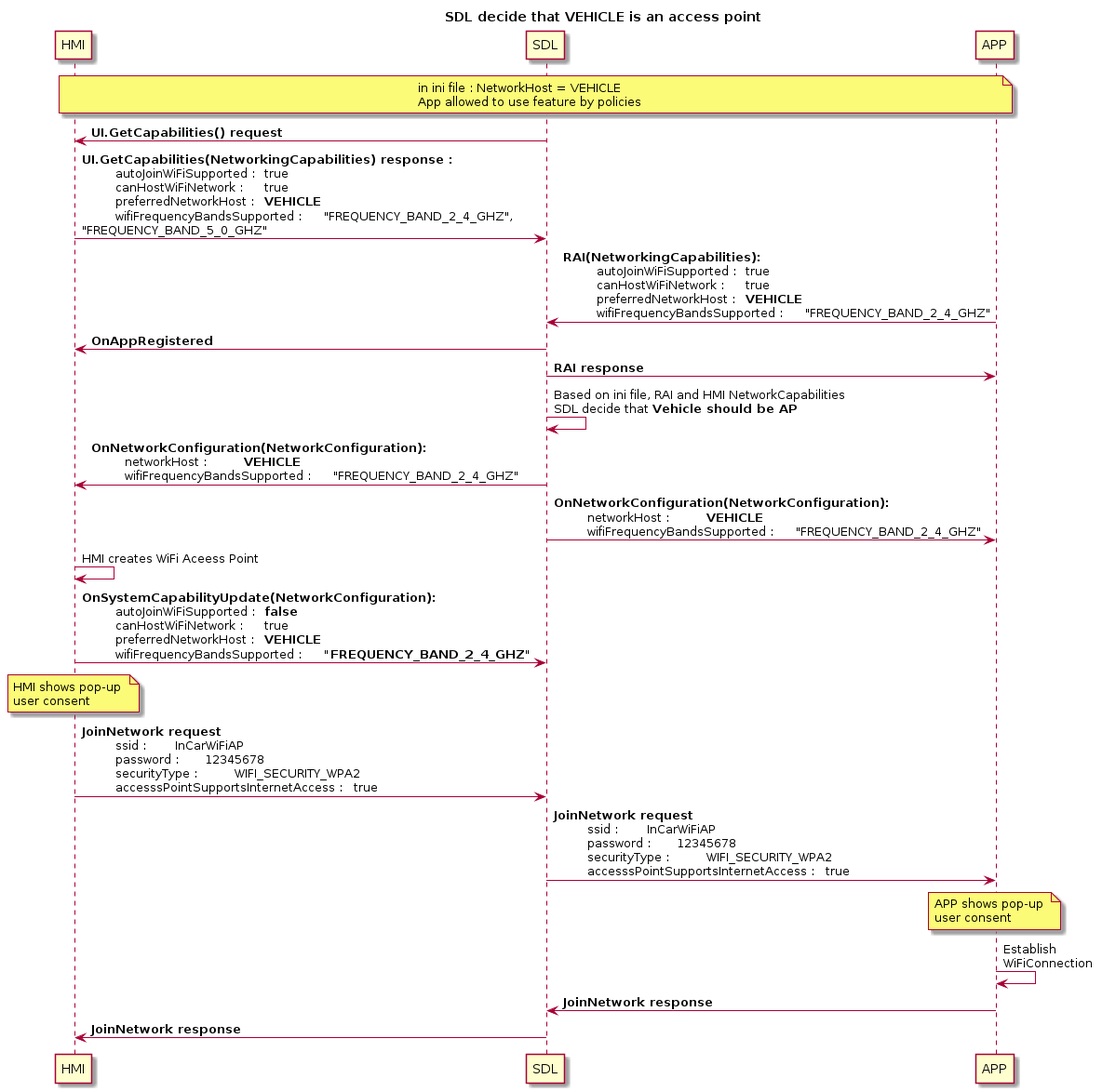
smartdevicelink/sdl_evolution keeps this PlantUML diagram as assets/proposals/0245-sharing-wifi-ssid-and-password/vehicle_access_point.png. Above is the earlier version. Source of this version:
```plantuml
@startuml
!pragma teoz true


title SDL decide that VEHICLE is an access point

participant HMI
participant SDL
participant APP

note over HMI, APP: in ini file : NetworkHost = VEHICLE \nApp allowed to use feature by policies

SDL -> HMI : <b>UI.GetCapabilities() request
HMI -> SDL : <b>UI.GetCapabilities(NetworkingCapabilities) response : \n\t autoJoinWiFiSupported : \t true \n\t canHostWiFiNetwork : \t true \n\t preferredNetworkHost : \t **VEHICLE** \n\t wifiFrequencyBandsSupported : \t "FREQUENCY_BAND_2_4_GHZ",\n"FREQUENCY_BAND_5_0_GHZ"


APP -> SDL : <b>RAI(NetworkingCapabilities): \n\t autoJoinWiFiSupported : \t true \n\t canHostWiFiNetwork : \t true \n\t preferredNetworkHost : \t **VEHICLE** \n\t wifiFrequencyBandsSupported : \t "FREQUENCY_BAND_2_4_GHZ"

SDL -> HMI : <b>OnAppRegistered
SDL -> APP : <b>RAI response

SDL -> SDL : Based on ini file, RAI and HMI NetworkCapabilities\nSDL decide that **Vehicle should be AP**

SDL -> HMI:  <b>OnNetworkConfiguration(NetworkConfiguration): \n\t networkHost : \t **VEHICLE** \n\t wifiFrequencyBandsSupported : \t "FREQUENCY_BAND_2_4_GHZ"

SDL -> APP:  <b>OnNetworkConfiguration(NetworkConfiguration): \n\t networkHost : \t **VEHICLE** \n\t wifiFrequencyBandsSupported : \t "FREQUENCY_BAND_2_4_GHZ"

HMI -> HMI : HMI creates WiFi Aceess Point

HMI -> SDL:  <b>OnSystemCapabilityUpdate(NetworkConfiguration): \n\t autoJoinWiFiSupported : \t **false** \n\t canHostWiFiNetwork : \t true \n\t preferredNetworkHost : \t **VEHICLE** \n\t wifiFrequencyBandsSupported : \t <b>"FREQUENCY_BAND_2_4_GHZ"

note over HMI: HMI shows pop-up \nuser consent

HMI -> SDL: <b>JoinNetwork request\n\t ssid : \t InCarWiFiAP \n\t password : \t 12345678 \n\t securityType : \t WIFI_SECURITY_WPA2 \n\t accesssPointSupportsInternetAccess : \t true

SDL -> APP: <b>JoinNetwork request\n\t ssid : \t InCarWiFiAP \n\t password : \t 12345678 \n\t securityType : \t WIFI_SECURITY_WPA2 \n\t accesssPointSupportsInternetAccess : \t true

note over APP: APP shows pop-up \nuser consent

APP -> APP : Establish \nWiFiConnection

APP -> SDL : <b>JoinNetwork response
SDL -> HMI : <b>JoinNetwork response

@enduml
```
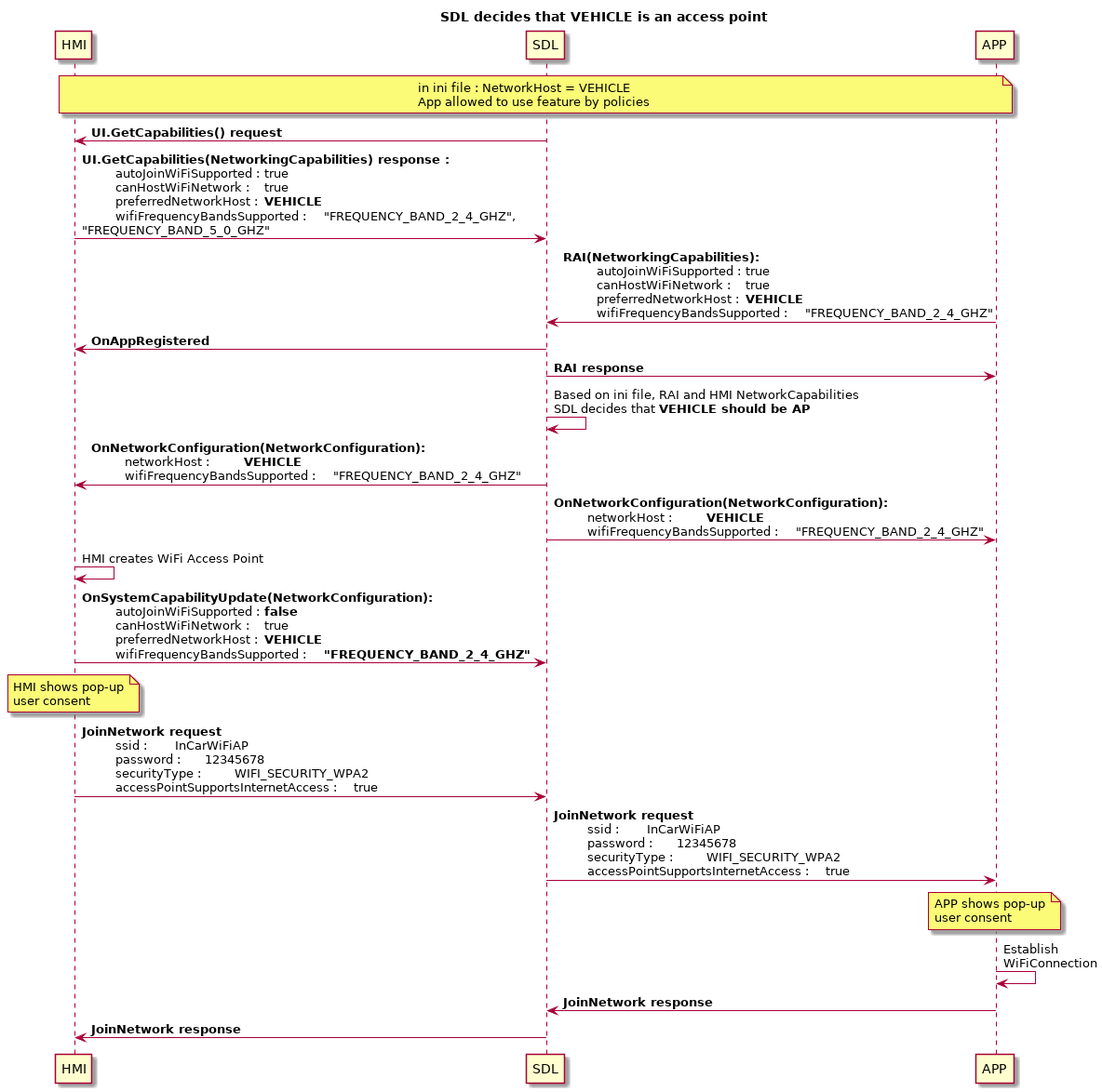
After the commit.

What changed in the source:
```diff
@@ -2,7 +2,7 @@
 !pragma teoz true
 
 
-title SDL decide that VEHICLE is an access point
+title SDL decides that VEHICLE is an access point
 
 participant HMI
 participant SDL
@@ -19,21 +19,21 @@
 SDL -> HMI : <b>OnAppRegistered
 SDL -> APP : <b>RAI response
 
-SDL -> SDL : Based on ini file, RAI and HMI NetworkCapabilities\nSDL decide that **Vehicle should be AP**
+SDL -> SDL : Based on ini file, RAI and HMI NetworkCapabilities\nSDL decides that **VEHICLE should be AP**
 
 SDL -> HMI:  <b>OnNetworkConfiguration(NetworkConfiguration): \n\t networkHost : \t **VEHICLE** \n\t wifiFrequencyBandsSupported : \t "FREQUENCY_BAND_2_4_GHZ"
 
 SDL -> APP:  <b>OnNetworkConfiguration(NetworkConfiguration): \n\t networkHost : \t **VEHICLE** \n\t wifiFrequencyBandsSupported : \t "FREQUENCY_BAND_2_4_GHZ"
 
-HMI -> HMI : HMI creates WiFi Aceess Point
+HMI -> HMI : HMI creates WiFi Access Point
 
 HMI -> SDL:  <b>OnSystemCapabilityUpdate(NetworkConfiguration): \n\t autoJoinWiFiSupported : \t **false** \n\t canHostWiFiNetwork : \t true \n\t preferredNetworkHost : \t **VEHICLE** \n\t wifiFrequencyBandsSupported : \t <b>"FREQUENCY_BAND_2_4_GHZ"
 
 note over HMI: HMI shows pop-up \nuser consent
 
-HMI -> SDL: <b>JoinNetwork request\n\t ssid : \t InCarWiFiAP \n\t password : \t 12345678 \n\t securityType : \t WIFI_SECURITY_WPA2 \n\t accesssPointSupportsInternetAccess : \t true
+HMI -> SDL: <b>JoinNetwork request\n\t ssid : \t InCarWiFiAP \n\t password : \t 12345678 \n\t securityType : \t WIFI_SECURITY_WPA2 \n\t accessPointSupportsInternetAccess : \t true
 
-SDL -> APP: <b>JoinNetwork request\n\t ssid : \t InCarWiFiAP \n\t password : \t 12345678 \n\t securityType : \t WIFI_SECURITY_WPA2 \n\t accesssPointSupportsInternetAccess : \t true
+SDL -> APP: <b>JoinNetwork request\n\t ssid : \t InCarWiFiAP \n\t password : \t 12345678 \n\t securityType : \t WIFI_SECURITY_WPA2 \n\t accessPointSupportsInternetAccess : \t true
 
 note over APP: APP shows pop-up \nuser consent
 
```
